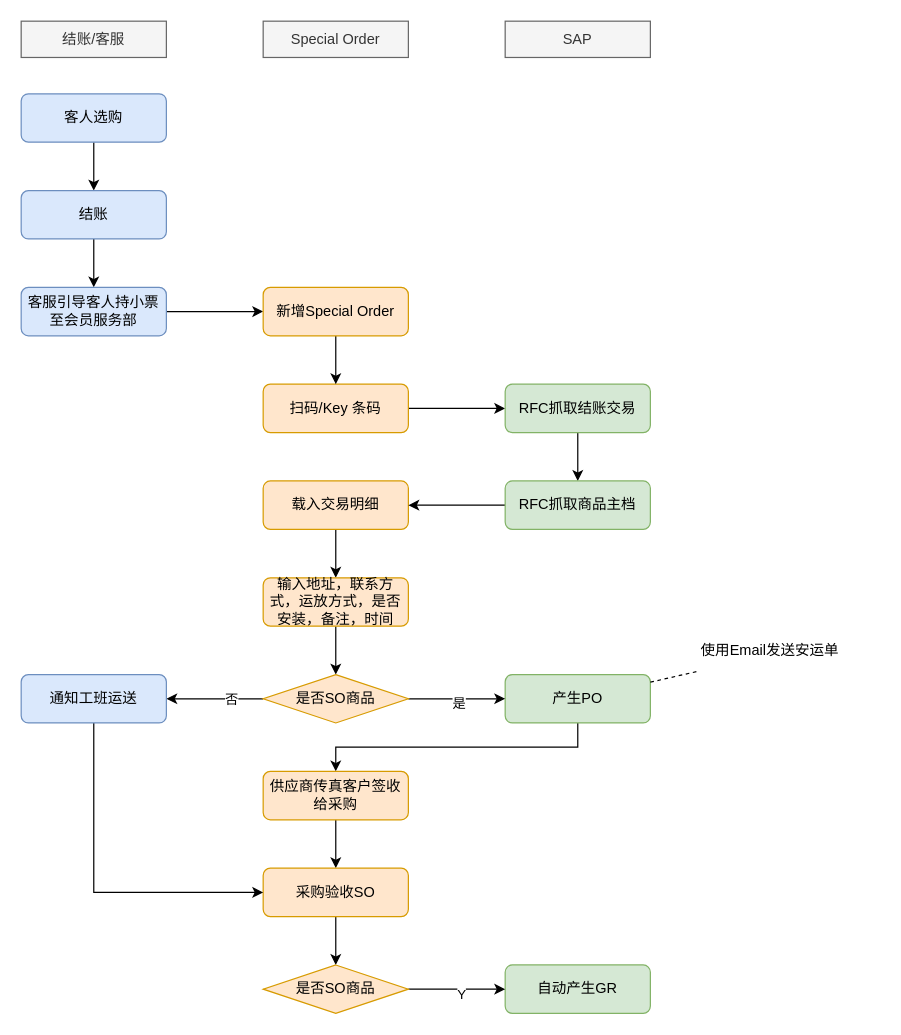
The draw.io diagram page "销售" (1 of 2) of Special Order.drawio in luss613/draw.io, before the edit. Source tidied: cells renumbered, new cells numbered last; positions are measured from the earlier drawing's top-left corner, leaving out a move shared by most shapes. Both pictures are drawn from the tidied source at 121%, with x=0, y=0 at pixel (21, 21).
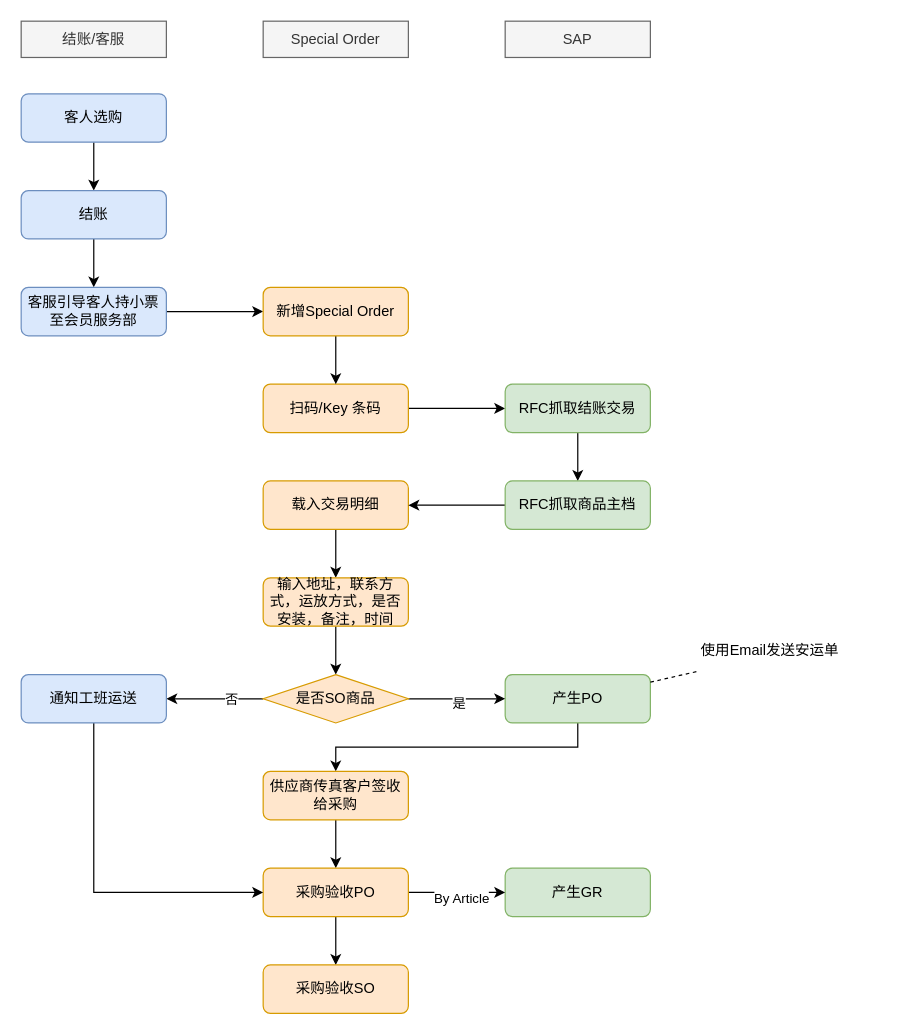
The same diagram, later.

Change to the diagram source:
```diff
@@
-    <mxCell id="24" value="自动产生GR" style="rounded=1;whiteSpace=wrap;html=1;fontSize=12;glass=0;strokeWidth=1;shadow=0;fillColor=#d5e8d4;strokeColor=#82b366;" parent="1" vertex="1">
-      <mxGeometry x="400" y="780" width="120" height="40" as="geometry" />
+    <mxCell id="24" value="产生GR" style="rounded=1;whiteSpace=wrap;html=1;fontSize=12;glass=0;strokeWidth=1;shadow=0;fillColor=#d5e8d4;strokeColor=#82b366;" parent="1" vertex="1">
+      <mxGeometry x="400" y="700" width="120" height="40" as="geometry" />
     </mxCell>
@@
-    <mxCell id="28" style="edgeStyle=orthogonalEdgeStyle;rounded=0;jettySize=auto;html=1;" parent="1" edge="1" source="41" target="24">
+    <mxCell id="28" style="edgeStyle=orthogonalEdgeStyle;rounded=0;jettySize=auto;html=1;exitX=1;exitY=0.5;exitDx=0;exitDy=0;" parent="1" edge="1" source="31" target="24">
       <mxGeometry relative="1" as="geometry" />
     </mxCell>
-    <mxCell id="29" value="Y" style="edgeLabel;html=1;align=center;verticalAlign=middle;" parent="28" vertex="1">
+    <mxCell id="29" value="By Article" style="edgeLabel;html=1;align=center;verticalAlign=middle;" parent="28" vertex="1">
       <mxGeometry x="0.07" y="-4" relative="1" as="geometry" />
     </mxCell>
-    <mxCell id="30" style="edgeStyle=orthogonalEdgeStyle;rounded=0;jettySize=auto;html=1;" parent="1" edge="1" source="31" target="41">
-      <mxGeometry relative="1" as="geometry" />
+    <mxCell id="30" style="edgeStyle=orthogonalEdgeStyle;rounded=0;jettySize=auto;html=1;" parent="1" edge="1" source="31">
+      <mxGeometry relative="1" as="geometry">
+        <mxPoint x="260" y="780" as="targetPoint" />
+      </mxGeometry>
     </mxCell>
-    <mxCell id="31" value="采购验收SO" style="rounded=1;whiteSpace=wrap;html=1;fontSize=12;glass=0;strokeWidth=1;shadow=0;fillColor=#ffe6cc;strokeColor=#d79b00;" parent="1" vertex="1">
+    <mxCell id="31" value="采购验收PO" style="rounded=1;whiteSpace=wrap;html=1;fontSize=12;glass=0;strokeWidth=1;shadow=0;fillColor=#ffe6cc;strokeColor=#d79b00;" parent="1" vertex="1">
       <mxGeometry x="200" y="700" width="120" height="40" as="geometry" />
     </mxCell>
@@
-    <mxCell id="41" value="是否SO商品" style="rhombus;whiteSpace=wrap;html=1;fillColor=#ffe6cc;strokeColor=#d79b00;" parent="1" vertex="1">
-      <mxGeometry x="200" y="780" width="120" height="40" as="geometry" />
-    </mxCell>
+    <mxCell id="42" value="采购验收SO" style="rounded=1;whiteSpace=wrap;html=1;fontSize=12;glass=0;strokeWidth=1;shadow=0;fillColor=#ffe6cc;strokeColor=#d79b00;" parent="1" vertex="1">
+      <mxGeometry x="200" y="780" width="120" height="40" as="geometry" />
+    </mxCell>
```
